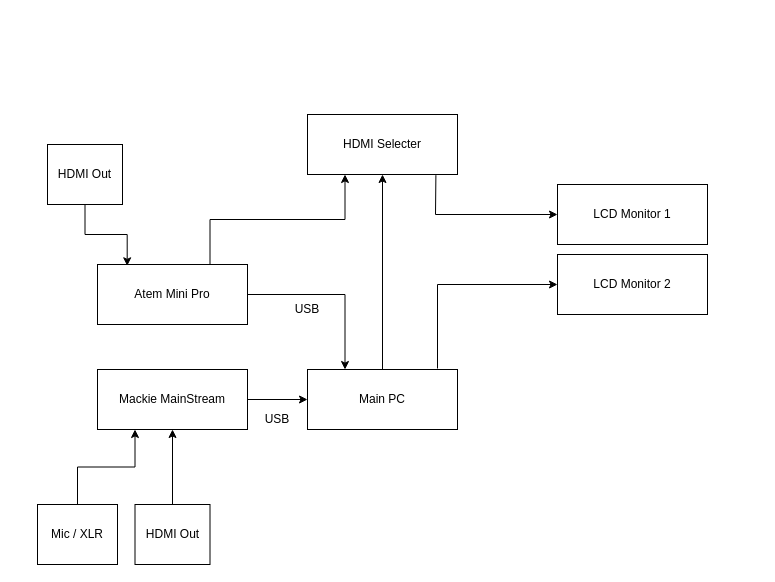
The draw.io diagram streaming_setting.drawio in hirofumihida/drowio-home, before the edit. Source tidied: cells renumbered, new cells numbered last; positions are measured from the earlier drawing's top-left corner, leaving out a move shared by most shapes. Both pictures are drawn from the tidied source at 100%, with x=0, y=0 at pixel (37, 114).
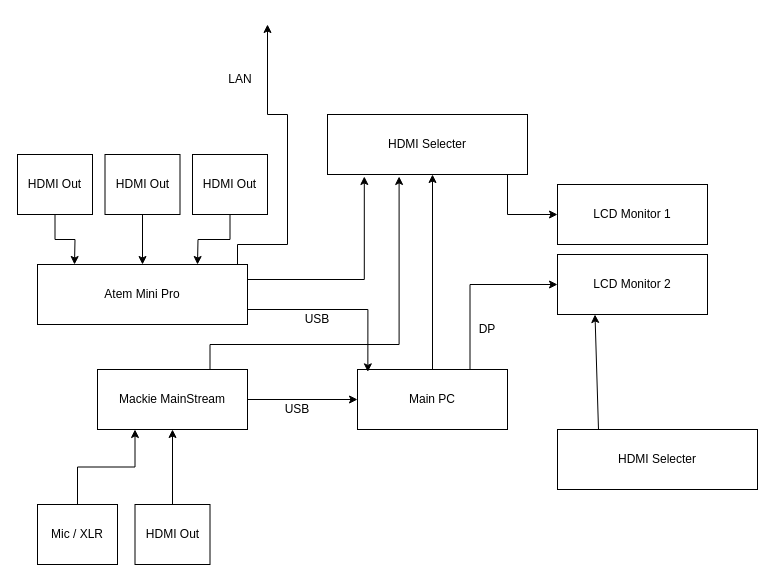
The same diagram, later.

The change refers to these unchanged cells:
```xml
<mxCell id="2" value="Mackie MainStream" style="rounded=0;whiteSpace=wrap;html=1;" parent="1" vertex="1">
  <mxGeometry x="60" y="255" width="150" height="60" as="geometry" />
</mxCell>
<mxCell id="9" value="LCD Monitor 1" style="rounded=0;whiteSpace=wrap;html=1;" parent="1" vertex="1">
  <mxGeometry x="520" y="70" width="150" height="60" as="geometry" />
</mxCell>
<mxCell id="13" value="LCD Monitor 2" style="rounded=0;whiteSpace=wrap;html=1;" parent="1" vertex="1">
  <mxGeometry x="520" y="140" width="150" height="60" as="geometry" />
</mxCell>
```

Diff of the diagram source:
```diff
@@
+    <mxCell id="10" style="edgeStyle=orthogonalEdgeStyle;rounded=0;jettySize=auto;html=1;exitX=0.75;exitY=1;exitDx=0;exitDy=0;entryX=0;entryY=0.5;entryDx=0;entryDy=0;" parent="1" edge="1" source="7" target="9">
+      <mxGeometry relative="1" as="geometry">
+        <Array as="points">
+          <mxPoint x="470" y="60" />
+          <mxPoint x="470" y="100" />
+        </Array>
+      </mxGeometry>
+    </mxCell>
     <mxCell id="7" value="HDMI Selecter" style="rounded=0;whiteSpace=wrap;html=1;" parent="1" vertex="1">
-      <mxGeometry x="270" width="150" height="60" as="geometry" />
+      <mxGeometry x="290" width="200" height="60" as="geometry" />
     </mxCell>
-    <mxCell id="8" style="endArrow=classic;html=1;rounded=0;entryX=0.25;entryY=1;entryDx=0;entryDy=0;exitX=0.75;exitY=0;exitDx=0;exitDy=0;edgeStyle=orthogonalEdgeStyle;" parent="1" edge="1" source="15" target="7">
-      <mxGeometry relative="1" as="geometry" />
-    </mxCell>
@@
-    <mxCell id="10" style="endArrow=classic;html=1;rounded=0;exitX=0.856;exitY=1.011;exitDx=0;exitDy=0;exitPerimeter=0;" parent="1" edge="1" source="7" target="9">
-      <mxGeometry relative="1" as="geometry">
-        <Array as="points">
-          <mxPoint x="398" y="100" />
-        </Array>
-      </mxGeometry>
-    </mxCell>
+    <mxCell id="22" style="edgeStyle=orthogonalEdgeStyle;rounded=0;jettySize=auto;html=1;exitX=0.75;exitY=0;exitDx=0;exitDy=0;entryX=0;entryY=0.5;entryDx=0;entryDy=0;" parent="1" edge="1" source="11" target="13">
+      <mxGeometry relative="1" as="geometry" />
+    </mxCell>
     <mxCell id="11" value="Main PC" style="rounded=0;whiteSpace=wrap;html=1;" parent="1" vertex="1">
-      <mxGeometry x="270" y="255" width="150" height="60" as="geometry" />
+      <mxGeometry x="320" y="255" width="150" height="60" as="geometry" />
     </mxCell>
-    <mxCell id="12" style="endArrow=classic;html=1;rounded=0;exitX=0.5;exitY=0;exitDx=0;exitDy=0;entryX=0.5;entryY=1;entryDx=0;entryDy=0;" parent="1" edge="1" source="11" target="7">
+    <mxCell id="12" style="endArrow=classic;html=1;rounded=0;entryX=0.525;entryY=1;entryDx=0;entryDy=0;exitX=0.5;exitY=0;exitDx=0;exitDy=0;entryPerimeter=0;" parent="1" edge="1" source="11" target="7">
       <mxGeometry relative="1" as="geometry" />
     </mxCell>
@@
-    <mxCell id="14" style="endArrow=classic;html=1;rounded=0;entryX=0;entryY=0.5;entryDx=0;entryDy=0;" parent="1" edge="1" target="13">
-      <mxGeometry relative="1" as="geometry">
-        <mxPoint x="400" y="254" as="sourcePoint" />
-        <Array as="points">
-          <mxPoint x="400" y="170" />
-        </Array>
-      </mxGeometry>
-    </mxCell>
+    <mxCell id="8" style="edgeStyle=orthogonalEdgeStyle;rounded=0;jettySize=auto;html=1;exitX=1;exitY=0.25;exitDx=0;exitDy=0;entryX=0.184;entryY=1.033;entryDx=0;entryDy=0;entryPerimeter=0;" parent="1" edge="1" source="15" target="7">
+      <mxGeometry relative="1" as="geometry" />
+    </mxCell>
+    <mxCell id="23" style="edgeStyle=orthogonalEdgeStyle;rounded=0;jettySize=auto;html=1;exitX=1;exitY=0;exitDx=0;exitDy=0;" parent="1" edge="1" source="15">
+      <mxGeometry relative="1" as="geometry">
+        <mxPoint x="230" y="-90" as="targetPoint" />
+        <Array as="points">
+          <mxPoint x="200" y="150" />
+          <mxPoint x="200" y="130" />
+          <mxPoint x="250" y="130" />
+          <mxPoint x="250" />
+          <mxPoint x="230" />
+        </Array>
+      </mxGeometry>
+    </mxCell>
     <mxCell id="15" value="Atem Mini Pro" style="rounded=0;whiteSpace=wrap;html=1;" parent="1" vertex="1">
-      <mxGeometry x="60" y="150" width="150" height="60" as="geometry" />
+      <mxGeometry y="150" width="210" height="60" as="geometry" />
     </mxCell>
-    <mxCell id="16" style="edgeStyle=orthogonalEdgeStyle;rounded=0;jettySize=auto;html=1;exitX=0.5;exitY=1;exitDx=0;exitDy=0;entryX=0.198;entryY=0.022;entryDx=0;entryDy=0;entryPerimeter=0;" parent="1" edge="1" source="17" target="15">
-      <mxGeometry relative="1" as="geometry" />
-    </mxCell>
     <mxCell id="17" value="HDMI Out" style="rounded=0;whiteSpace=wrap;html=1;" parent="1" vertex="1">
-      <mxGeometry x="10" y="30" width="75" height="60" as="geometry" />
+      <mxGeometry x="-20" y="40" width="75" height="60" as="geometry" />
     </mxCell>
-    <mxCell id="18" style="endArrow=classic;html=1;rounded=0;entryX=0.25;entryY=0;entryDx=0;entryDy=0;exitX=1;exitY=0.5;exitDx=0;exitDy=0;edgeStyle=orthogonalEdgeStyle;" parent="1" edge="1" source="15" target="11">
-      <mxGeometry relative="1" as="geometry" />
-    </mxCell>
     <mxCell id="19" value="USB" style="text;html=1;align=center;verticalAlign=middle;whiteSpace=wrap;rounded=0;" parent="1" vertex="1">
-      <mxGeometry x="210" y="290" width="60" height="30" as="geometry" />
+      <mxGeometry x="230" y="280" width="60" height="30" as="geometry" />
     </mxCell>
     <mxCell id="20" value="USB" style="text;html=1;align=center;verticalAlign=middle;whiteSpace=wrap;rounded=0;" parent="1" vertex="1">
-      <mxGeometry x="240" y="180" width="60" height="30" as="geometry" />
+      <mxGeometry x="250" y="190" width="60" height="30" as="geometry" />
     </mxCell>
@@
+    <mxCell id="24" style="edgeStyle=orthogonalEdgeStyle;rounded=0;jettySize=auto;html=1;exitX=0.5;exitY=1;exitDx=0;exitDy=0;entryX=0.5;entryY=0;entryDx=0;entryDy=0;" parent="1" edge="1" source="25" target="15">
+      <mxGeometry relative="1" as="geometry" />
+    </mxCell>
+    <mxCell id="25" value="HDMI Out" style="rounded=0;whiteSpace=wrap;html=1;" parent="1" vertex="1">
+      <mxGeometry x="67.5" y="40" width="75" height="60" as="geometry" />
+    </mxCell>
+    <mxCell id="26" style="endArrow=classic;html=1;rounded=0;exitX=0.5;exitY=1;exitDx=0;exitDy=0;edgeStyle=orthogonalEdgeStyle;" parent="1" edge="1" source="17">
+      <mxGeometry relative="1" as="geometry">
+        <mxPoint x="37" y="150" as="targetPoint" />
+      </mxGeometry>
+    </mxCell>
+    <mxCell id="27" style="endArrow=classic;html=1;rounded=0;exitX=0.75;exitY=0;exitDx=0;exitDy=0;entryX=0.358;entryY=1.033;entryDx=0;entryDy=0;entryPerimeter=0;edgeStyle=orthogonalEdgeStyle;" parent="1" edge="1" source="2" target="7">
+      <mxGeometry relative="1" as="geometry">
+        <Array as="points">
+          <mxPoint x="173" y="230" />
+          <mxPoint x="362" y="230" />
+        </Array>
+      </mxGeometry>
+    </mxCell>
+    <mxCell id="18" style="edgeStyle=orthogonalEdgeStyle;rounded=0;jettySize=auto;html=1;exitX=1;exitY=0.75;exitDx=0;exitDy=0;entryX=0.069;entryY=0.039;entryDx=0;entryDy=0;entryPerimeter=0;" parent="1" edge="1" source="15" target="11">
+      <mxGeometry relative="1" as="geometry" />
+    </mxCell>
+    <mxCell id="28" value="HDMI Out" style="rounded=0;whiteSpace=wrap;html=1;" parent="1" vertex="1">
+      <mxGeometry x="155" y="40" width="75" height="60" as="geometry" />
+    </mxCell>
+    <mxCell id="29" style="edgeStyle=orthogonalEdgeStyle;rounded=0;jettySize=auto;html=1;exitX=0.5;exitY=1;exitDx=0;exitDy=0;" parent="1" edge="1" source="28">
+      <mxGeometry relative="1" as="geometry">
+        <mxPoint x="160" y="150" as="targetPoint" />
+      </mxGeometry>
+    </mxCell>
+    <mxCell id="30" value="HDMI Selecter" style="rounded=0;whiteSpace=wrap;html=1;" parent="1" vertex="1">
+      <mxGeometry x="520" y="315" width="200" height="60" as="geometry" />
+    </mxCell>
+    <mxCell id="31" style="endArrow=classic;html=1;rounded=0;exitX=0.205;exitY=0.006;exitDx=0;exitDy=0;exitPerimeter=0;entryX=0.25;entryY=1;entryDx=0;entryDy=0;" parent="1" edge="1" source="30" target="13">
+      <mxGeometry relative="1" as="geometry" />
+    </mxCell>
+    <mxCell id="32" value="DP" style="text;html=1;align=center;verticalAlign=middle;whiteSpace=wrap;rounded=0;" parent="1" vertex="1">
+      <mxGeometry x="420" y="200" width="60" height="30" as="geometry" />
+    </mxCell>
+    <mxCell id="33" value="LAN" style="text;html=1;align=center;verticalAlign=middle;whiteSpace=wrap;rounded=0;" parent="1" vertex="1">
+      <mxGeometry x="172.5" y="-50" width="60" height="30" as="geometry" />
+    </mxCell>
```
